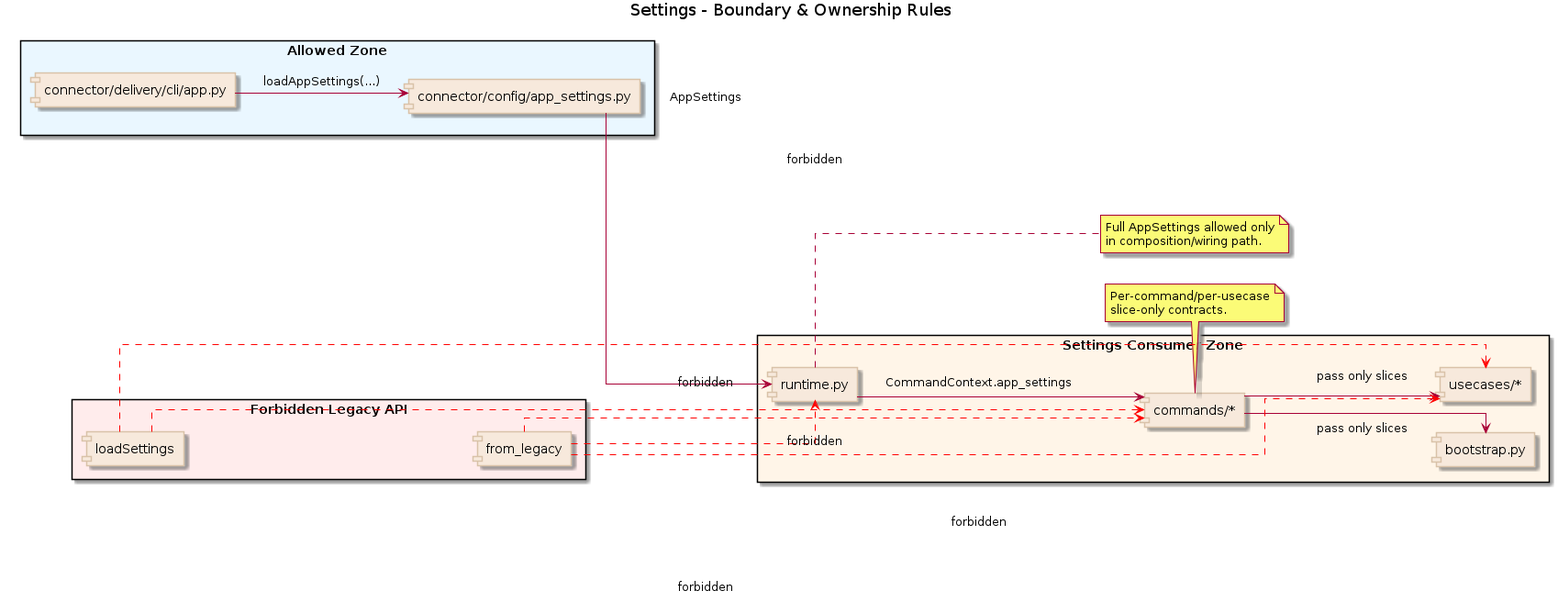
xORex-LC/nexus-etl keeps this PlantUML diagram as docs/uml/config/settings_boundary.png. Above is the earlier version. Its source is kept beside it as docs/uml/config/settings_boundary.puml. Its diagram source:
```plantuml
@startuml
title Settings - Boundary & Ownership Rules

left to right direction
skinparam backgroundColor white
skinparam componentStyle rectangle
skinparam defaultFontName Arial
skinparam linetype ortho
skinparam component {
  BackgroundColor #f7e9dc
  BorderColor #d9c2a8
}

rectangle "Allowed Zone" #EAF7FF {
  [connector/delivery/cli/app.py] as AppMain
  [connector/config/app_settings.py] as AppSettingsModule
}

rectangle "Settings Consumer Zone" #FFF5E8 {
  [runtime.py] as Runtime
  [bootstrap.py] as Bootstrap
  [commands/*] as Commands
  [usecases/*] as UseCases
}

rectangle "Forbidden Legacy API" #FFECEC {
  [loadSettings] as LegacyLoad
  [from_legacy] as LegacyFrom
}

AppMain --> AppSettingsModule : loadAppSettings(...)
AppSettingsModule --> Runtime : AppSettings
Runtime --> Commands : CommandContext.app_settings
Commands --> Bootstrap : pass only slices
Commands --> UseCases : pass only slices

LegacyLoad -[hidden]-> LegacyFrom

LegacyLoad -[#red,dashed]-> Commands : forbidden
LegacyLoad -[#red,dashed]-> UseCases : forbidden
LegacyFrom -[#red,dashed]-> Runtime : forbidden
LegacyFrom -[#red,dashed]-> Commands : forbidden
LegacyFrom -[#red,dashed]-> UseCases : forbidden

note right of Runtime
Full AppSettings allowed only
in composition/wiring path.
end note

note bottom of Commands
Per-command/per-usecase
slice-only contracts.
end note

@enduml
```
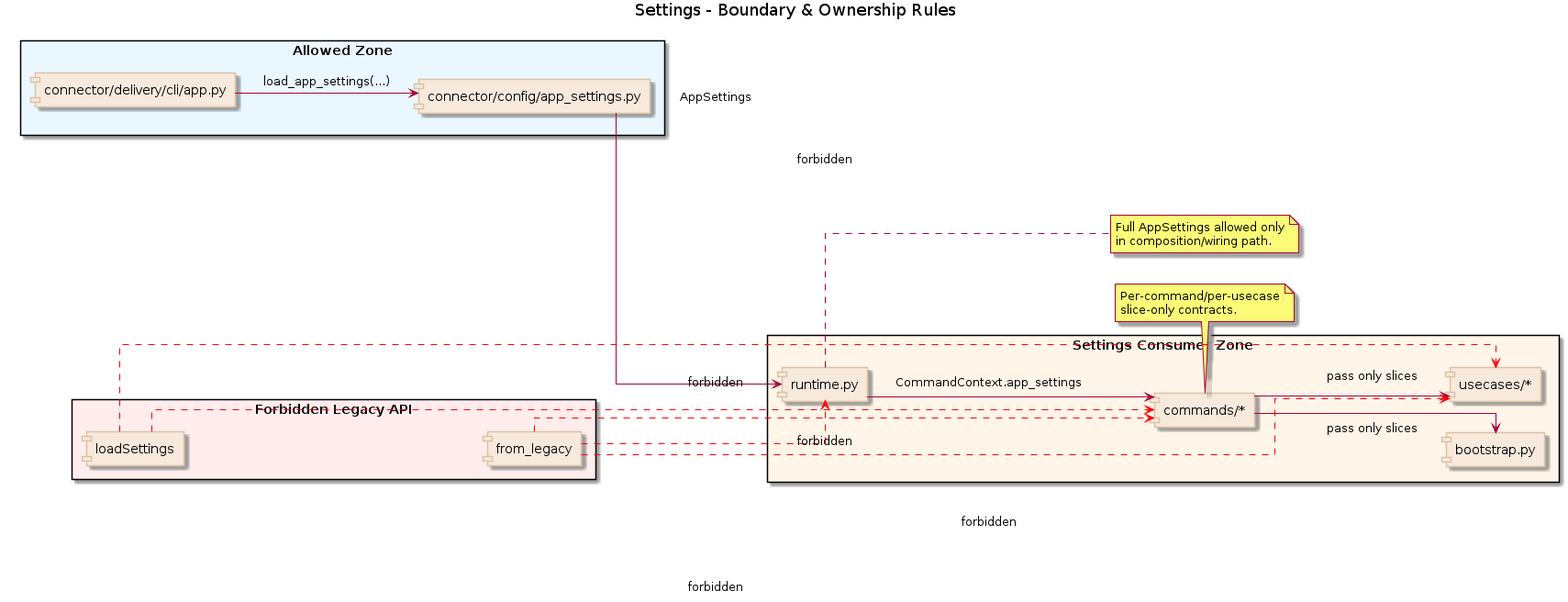
After the commit.

What changed in the source:
```diff
@@ -28,7 +28,7 @@
   [from_legacy] as LegacyFrom
 }
 
-AppMain --> AppSettingsModule : loadAppSettings(...)
+AppMain --> AppSettingsModule : load_app_settings(...)
 AppSettingsModule --> Runtime : AppSettings
 Runtime --> Commands : CommandContext.app_settings
 Commands --> Bootstrap : pass only slices
```
